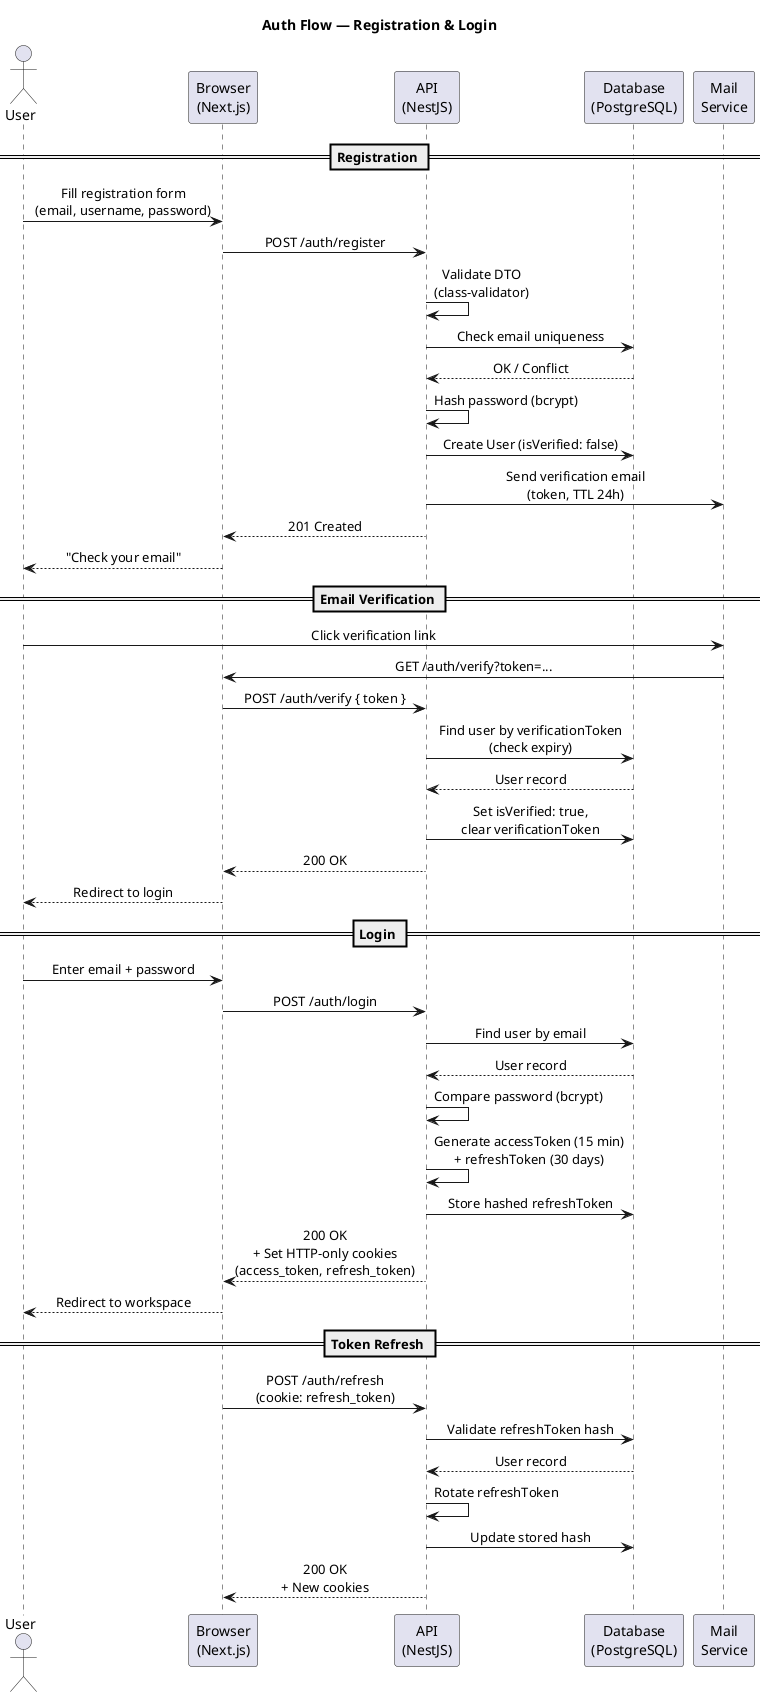
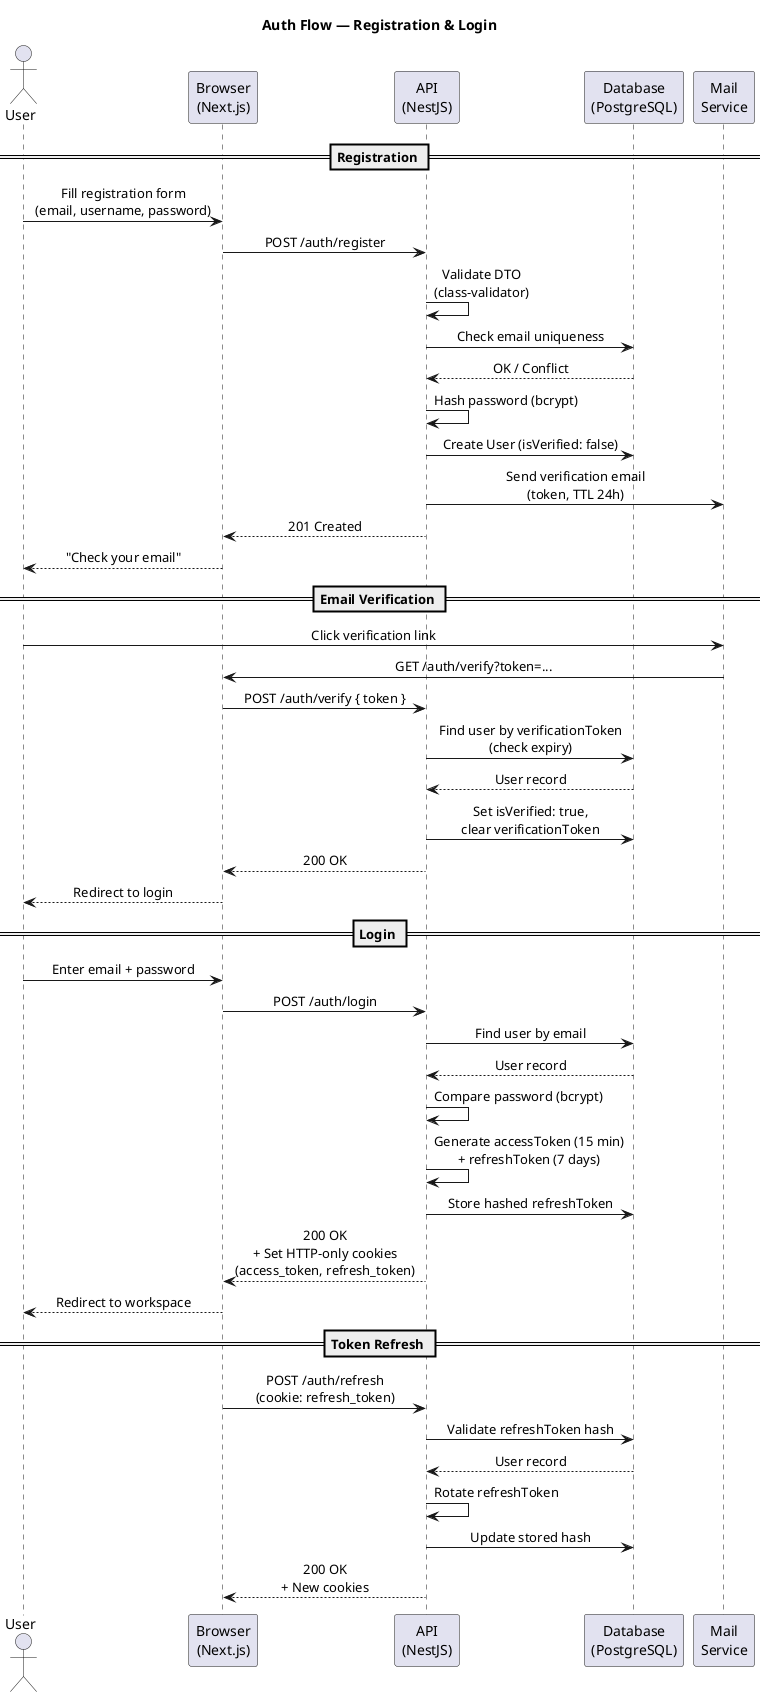
@startuml Sequence_AuthFlow

skinparam backgroundColor #FFFFFF
skinparam shadowing false
skinparam sequenceMessageAlign center
skinparam responseMessageBelowArrow true

title Auth Flow — Registration & Login

actor "User" as U
participant "Browser\n(Next.js)" as FE
participant "API\n(NestJS)" as API
participant "Database\n(PostgreSQL)" as DB
participant "Mail\nService" as MAIL

== Registration ==

U -> FE : Fill registration form\n(email, username, password)
FE -> API : POST /auth/register
API -> API : Validate DTO\n(class-validator)
API -> DB : Check email uniqueness
DB --> API : OK / Conflict
API -> API : Hash password (bcrypt)
API -> DB : Create User (isVerified: false)
API -> MAIL : Send verification email\n(token, TTL 24h)
API --> FE : 201 Created
FE --> U : "Check your email"

== Email Verification ==

U -> MAIL : Click verification link
MAIL -> FE : GET /auth/verify?token=...
FE -> API : POST /auth/verify { token }
API -> DB : Find user by verificationToken\n(check expiry)
DB --> API : User record
API -> DB : Set isVerified: true,\nclear verificationToken
API --> FE : 200 OK
FE --> U : Redirect to login

== Login ==

U -> FE : Enter email + password
FE -> API : POST /auth/login
API -> DB : Find user by email
DB --> API : User record
API -> API : Compare password (bcrypt)
- API -> API : Generate accessToken (15 min)\n+ refreshToken (30 days)
+ API -> API : Generate accessToken (15 min)\n+ refreshToken (7 days)
API -> DB : Store hashed refreshToken
API --> FE : 200 OK\n+ Set HTTP-only cookies\n(access_token, refresh_token)
FE --> U : Redirect to workspace

== Token Refresh ==

FE -> API : POST /auth/refresh\n(cookie: refresh_token)
API -> DB : Validate refreshToken hash
DB --> API : User record
API -> API : Rotate refreshToken
API -> DB : Update stored hash
API --> FE : 200 OK\n+ New cookies

@enduml
